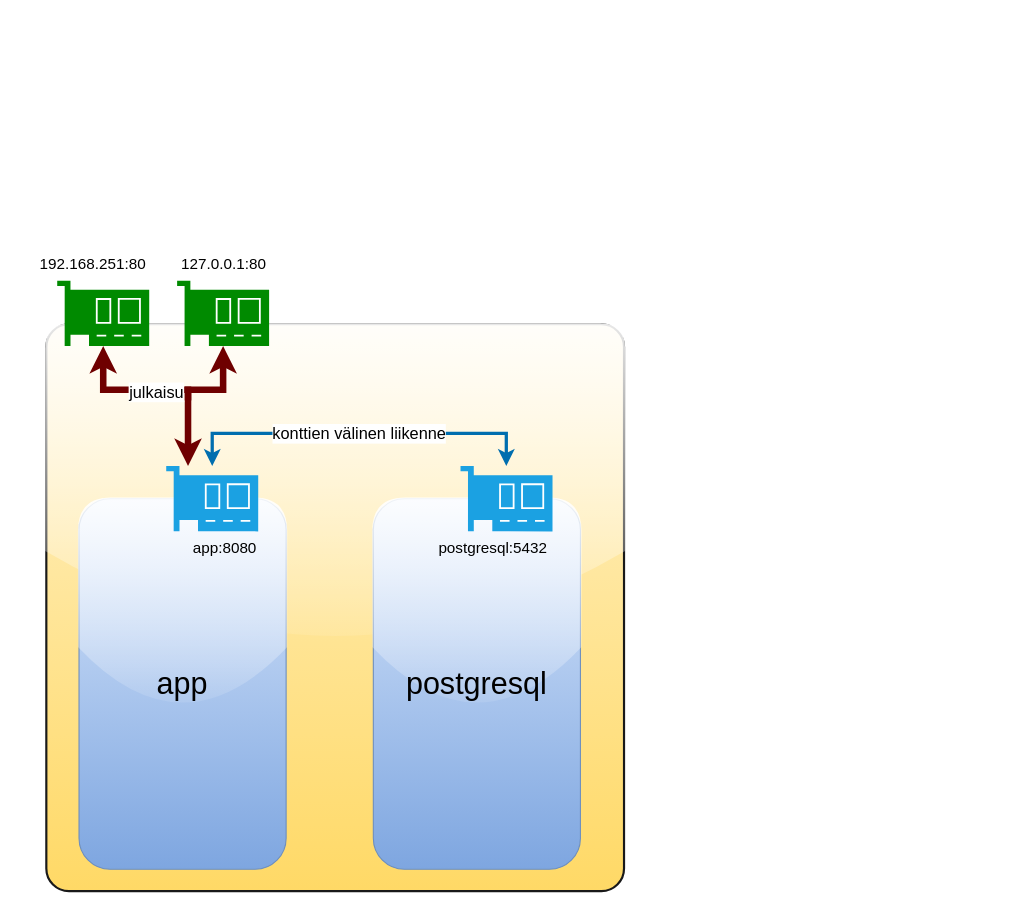
Earlier version of the draw.io diagram page "Page-2" (2 of 2) of docs/pictures/ContainerVsVM.drawio (Raision-seudun-koulutuskuntayhtyma/DockerKontit). Source tidied: cells renumbered, new cells numbered last; positions are measured from the earlier drawing's top-left corner, leaving out a move shared by most shapes. Both pictures are drawn from the tidied source at 109%, with x=0, y=0 at pixel (46, 247).
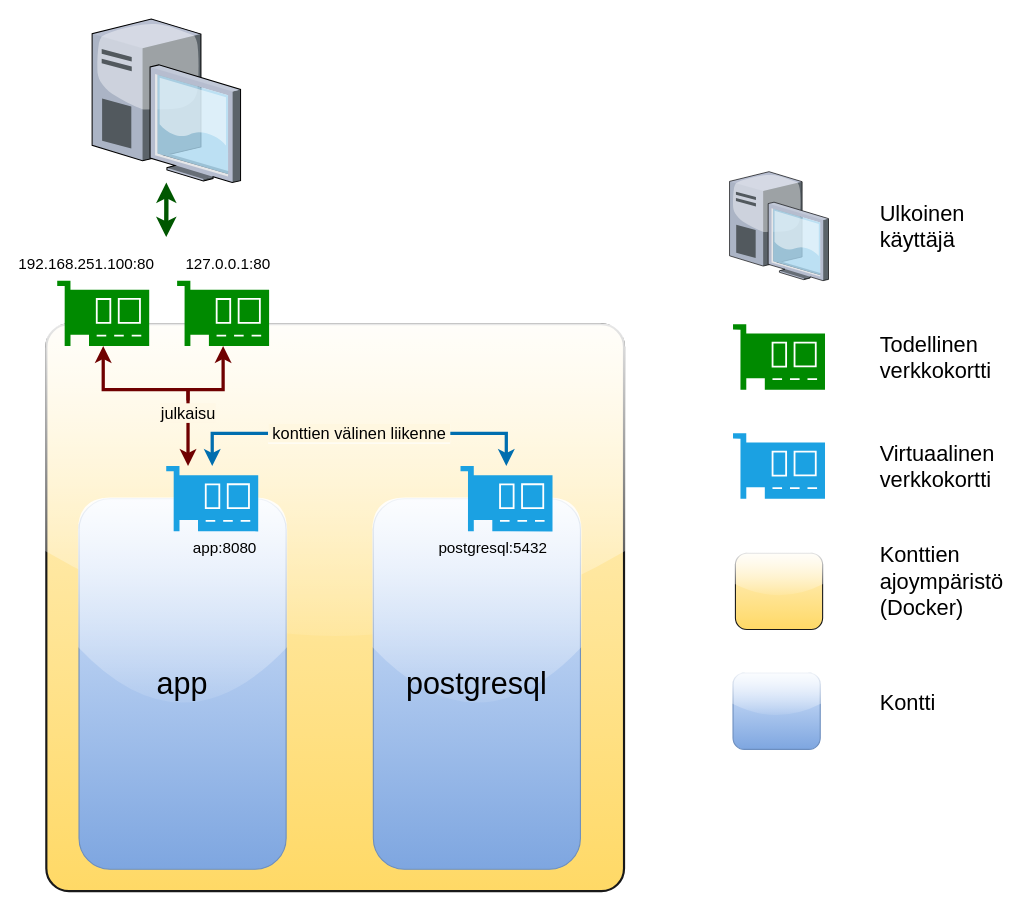
Above is the later version.

The change refers to these unchanged cells:
```xml
<mxCell id="5" style="sketch=0;shadow=0;dashed=0;html=1;strokeColor=#005700;fillColor=#008a00;labelPosition=center;verticalLabelPosition=bottom;verticalAlign=top;align=center;outlineConnect=0;shape=mxgraph.veeam2.network_card;fontColor=#ffffff;" parent="1" vertex="1">
  <mxGeometry x="10" y="30" width="84.4" height="60" as="geometry" />
</mxCell>
<mxCell id="7" style="sketch=0;shadow=0;dashed=0;html=1;strokeColor=#005700;fillColor=#008a00;labelPosition=center;verticalLabelPosition=bottom;verticalAlign=top;align=center;outlineConnect=0;shape=mxgraph.veeam2.network_card;fontColor=#ffffff;" parent="1" vertex="1">
  <mxGeometry x="120" y="30" width="84.4" height="60" as="geometry" />
</mxCell>
<mxCell id="10" style="sketch=0;shadow=0;dashed=0;html=1;strokeColor=#006EAF;fillColor=#1ba1e2;labelPosition=center;verticalLabelPosition=bottom;verticalAlign=top;align=center;outlineConnect=0;shape=mxgraph.veeam2.network_card;fontColor=#ffffff;" parent="1" vertex="1">
  <mxGeometry x="110" y="200" width="84.4" height="60" as="geometry" />
</mxCell>
<mxCell id="12" style="sketch=0;shadow=0;dashed=0;html=1;strokeColor=#006EAF;fillColor=#1ba1e2;labelPosition=center;verticalLabelPosition=bottom;verticalAlign=top;align=center;outlineConnect=0;shape=mxgraph.veeam2.network_card;fontColor=#ffffff;" parent="1" vertex="1">
  <mxGeometry x="380" y="200" width="84.4" height="60" as="geometry" />
</mxCell>
```

Change to the diagram source:
```diff
@@
-    <mxCell id="3" style="edgeStyle=orthogonalEdgeStyle;shape=connector;rounded=0;jettySize=auto;html=1;labelBackgroundColor=default;strokeColor=#6F0000;strokeWidth=6;fontFamily=Helvetica;fontSize=11;fontColor=default;startArrow=classic;startFill=1;endArrow=classic;fillColor=#a20025;" parent="1" edge="1" source="5" target="10">
+    <mxCell id="3" style="edgeStyle=orthogonalEdgeStyle;shape=connector;rounded=0;jettySize=auto;html=1;labelBackgroundColor=default;strokeColor=#6F0000;strokeWidth=3;fontFamily=Helvetica;fontSize=11;fontColor=default;startArrow=classic;startFill=1;endArrow=classic;fillColor=#a20025;" parent="1" edge="1" source="5" target="10">
       <mxGeometry relative="1" as="geometry">
         <Array as="points">
           <mxPoint x="52" y="130" />
           <mxPoint x="130" y="130" />
         </Array>
       </mxGeometry>
     </mxCell>
-    <mxCell id="4" value="&lt;font style=&quot;font-size: 15px;&quot;&gt;julkaisu&lt;/font&gt;" style="edgeLabel;html=1;align=center;verticalAlign=middle;fontSize=11;fontFamily=Helvetica;fontColor=default;" parent="3" vertex="1">
-      <mxGeometry x="-0.06" y="-1" relative="1" as="geometry" />
+    <mxCell id="4" value="&lt;font style=&quot;font-size: 15px;&quot;&gt;julkaisu&lt;/font&gt;" style="edgeLabel;html=1;align=center;verticalAlign=middle;fontSize=11;fontFamily=Helvetica;fontColor=default;labelBackgroundColor=#fff8e6;" parent="3" vertex="1">
+      <mxGeometry x="-0.06" y="-1" relative="1" as="geometry">
+        <mxPoint x="29" y="19" as="offset" />
+      </mxGeometry>
     </mxCell>
@@
-    <mxCell id="6" style="edgeStyle=orthogonalEdgeStyle;shape=connector;rounded=0;jettySize=auto;html=1;labelBackgroundColor=default;strokeColor=#6F0000;strokeWidth=6;fontFamily=Helvetica;fontSize=11;fontColor=default;startArrow=classic;startFill=1;endArrow=none;fillColor=#a20025;endFill=0;" parent="1" edge="1" source="7">
+    <mxCell id="6" style="edgeStyle=orthogonalEdgeStyle;shape=connector;rounded=0;jettySize=auto;html=1;labelBackgroundColor=default;strokeColor=#6F0000;strokeWidth=3;fontFamily=Helvetica;fontSize=11;fontColor=default;startArrow=classic;startFill=1;endArrow=none;fillColor=#a20025;endFill=0;" parent="1" edge="1" source="7">
       <mxGeometry relative="1" as="geometry">
         <mxPoint x="130" y="140" as="targetPoint" />
         <Array as="points">
           <mxPoint x="162" y="130" />
           <mxPoint x="130" y="130" />
         </Array>
       </mxGeometry>
     </mxCell>
@@
-    <mxCell id="9" value="&lt;font style=&quot;font-size: 15px;&quot;&gt;konttien välinen liikenne&lt;/font&gt;" style="edgeStyle=orthogonalEdgeStyle;rounded=0;jettySize=auto;html=1;startArrow=classic;startFill=1;strokeWidth=3;fillColor=#1ba1e2;strokeColor=#006EAF;" parent="1" edge="1" source="10" target="12">
+    <mxCell id="9" value="&lt;font style=&quot;font-size: 15px; background-color: rgb(255, 247, 224);&quot;&gt;&amp;nbsp;konttien välinen liikenne&amp;nbsp;&lt;/font&gt;" style="edgeStyle=orthogonalEdgeStyle;rounded=0;jettySize=auto;html=1;startArrow=classic;startFill=1;strokeWidth=3;fillColor=#1ba1e2;strokeColor=#006EAF;" parent="1" edge="1" source="10" target="12">
       <mxGeometry relative="1" as="geometry">
         <Array as="points">
           <mxPoint x="152" y="170" />
           <mxPoint x="422" y="170" />
         </Array>
       </mxGeometry>
     </mxCell>
@@
-    <mxCell id="15" value="192.168.251:80" style="text;html=1;strokeColor=none;fillColor=none;align=center;verticalAlign=middle;whiteSpace=wrap;rounded=0;fontSize=14;fontFamily=Helvetica;fontColor=default;" parent="1" vertex="1">
-      <mxGeometry x="13" width="60" height="30" as="geometry" />
+    <mxCell id="15" value="192.168.251.100:80" style="text;html=1;strokeColor=none;fillColor=none;align=center;verticalAlign=middle;whiteSpace=wrap;rounded=0;fontSize=14;fontFamily=Helvetica;fontColor=default;" parent="1" vertex="1">
+      <mxGeometry x="7" width="60" height="30" as="geometry" />
     </mxCell>
     <mxCell id="16" value="127.0.0.1:80" style="text;html=1;strokeColor=none;fillColor=none;align=center;verticalAlign=middle;whiteSpace=wrap;rounded=0;fontSize=14;fontFamily=Helvetica;fontColor=default;" parent="1" vertex="1">
-      <mxGeometry x="133.4" width="60" height="30" as="geometry" />
+      <mxGeometry x="137.4" width="60" height="30" as="geometry" />
     </mxCell>
+    <mxCell id="17" style="sketch=0;shadow=0;dashed=0;html=1;strokeColor=#005700;fillColor=#008a00;labelPosition=center;verticalLabelPosition=bottom;verticalAlign=top;align=center;shape=mxgraph.veeam2.network_card;fontColor=#ffffff;" parent="1" vertex="1">
+      <mxGeometry x="630" y="70" width="84.4" height="60" as="geometry" />
+    </mxCell>
+    <mxCell id="18" style="sketch=0;shadow=0;dashed=0;html=1;strokeColor=#006EAF;fillColor=#1ba1e2;labelPosition=center;verticalLabelPosition=bottom;verticalAlign=top;align=center;shape=mxgraph.veeam2.network_card;fontColor=#ffffff;" parent="1" vertex="1">
+      <mxGeometry x="630" y="170" width="84.4" height="60" as="geometry" />
+    </mxCell>
+    <mxCell id="19" value="&lt;font style=&quot;font-size: 20px;&quot;&gt;Todellinen verkkokortti&lt;/font&gt;" style="text;html=1;strokeColor=none;fillColor=none;align=left;verticalAlign=middle;whiteSpace=wrap;rounded=0;fontSize=11;fontFamily=Helvetica;fontColor=default;" parent="1" vertex="1">
+      <mxGeometry x="763" y="85" width="60" height="30" as="geometry" />
+    </mxCell>
+    <mxCell id="20" value="&lt;font style=&quot;font-size: 20px;&quot;&gt;Virtuaalinen verkkokortti&lt;/font&gt;" style="text;html=1;strokeColor=none;fillColor=none;align=left;verticalAlign=middle;whiteSpace=wrap;rounded=0;fontSize=11;fontFamily=Helvetica;fontColor=default;" parent="1" vertex="1">
+      <mxGeometry x="763" y="185" width="60" height="30" as="geometry" />
+    </mxCell>
+    <mxCell id="21" style="edgeStyle=orthogonalEdgeStyle;shape=connector;rounded=0;jettySize=auto;html=1;labelBackgroundColor=default;strokeColor=#005700;fontFamily=Helvetica;fontSize=11;fontColor=default;endArrow=classic;fillColor=#008a00;strokeWidth=4;startArrow=classic;startFill=1;" parent="1" edge="1" source="22">
+      <mxGeometry relative="1" as="geometry">
+        <mxPoint x="110" y="-10" as="targetPoint" />
+      </mxGeometry>
+    </mxCell>
+    <mxCell id="22" style="verticalLabelPosition=bottom;sketch=0;html=1;verticalAlign=top;strokeColor=none;align=center;outlineConnect=0;shape=mxgraph.citrix.desktop;fontFamily=Helvetica;fontSize=11;fontColor=default;" parent="1" vertex="1">
+      <mxGeometry x="42" y="-210" width="136.2" height="150" as="geometry" />
+    </mxCell>
+    <mxCell id="23" style="verticalLabelPosition=bottom;sketch=0;html=1;verticalAlign=top;strokeColor=none;align=center;shape=mxgraph.citrix.desktop;fontFamily=Helvetica;fontSize=11;fontColor=default;" parent="1" vertex="1">
+      <mxGeometry x="626.8" y="-70" width="90.8" height="100" as="geometry" />
+    </mxCell>
+    <mxCell id="24" value="&lt;font style=&quot;font-size: 20px;&quot;&gt;Ulkoinen&lt;br&gt;käyttäjä&lt;br&gt;&lt;/font&gt;" style="text;html=1;strokeColor=none;fillColor=none;align=left;verticalAlign=middle;whiteSpace=wrap;rounded=0;fontSize=11;fontFamily=Helvetica;fontColor=default;" parent="1" vertex="1">
+      <mxGeometry x="763" y="-35" width="60" height="30" as="geometry" />
+    </mxCell>
+    <mxCell id="25" style="rounded=1;whiteSpace=wrap;html=1;glass=1;fillColor=#fff2cc;gradientColor=#ffd966;strokeColor=#191919;" parent="1" vertex="1">
+      <mxGeometry x="632.2" y="280" width="80" height="70" as="geometry" />
+    </mxCell>
+    <mxCell id="26" value="&lt;font style=&quot;font-size: 20px;&quot;&gt;Konttien ajoympäristö (Docker)&lt;/font&gt;" style="text;html=1;strokeColor=none;fillColor=none;align=left;verticalAlign=middle;whiteSpace=wrap;rounded=0;fontSize=11;fontFamily=Helvetica;fontColor=default;" parent="1" vertex="1">
+      <mxGeometry x="763" y="290" width="60" height="30" as="geometry" />
+    </mxCell>
+    <mxCell id="27" style="rounded=1;whiteSpace=wrap;html=1;glass=1;fillColor=#dae8fc;gradientColor=#7ea6e0;strokeColor=#6c8ebf;" parent="1" vertex="1">
+      <mxGeometry x="630" y="390" width="80" height="70" as="geometry" />
+    </mxCell>
+    <mxCell id="28" value="&lt;font style=&quot;font-size: 20px;&quot;&gt;Kontti&lt;/font&gt;" style="text;html=1;strokeColor=none;fillColor=none;align=left;verticalAlign=middle;whiteSpace=wrap;rounded=0;fontSize=11;fontFamily=Helvetica;fontColor=default;" parent="1" vertex="1">
+      <mxGeometry x="763" y="401" width="60" height="30" as="geometry" />
+    </mxCell>
```
